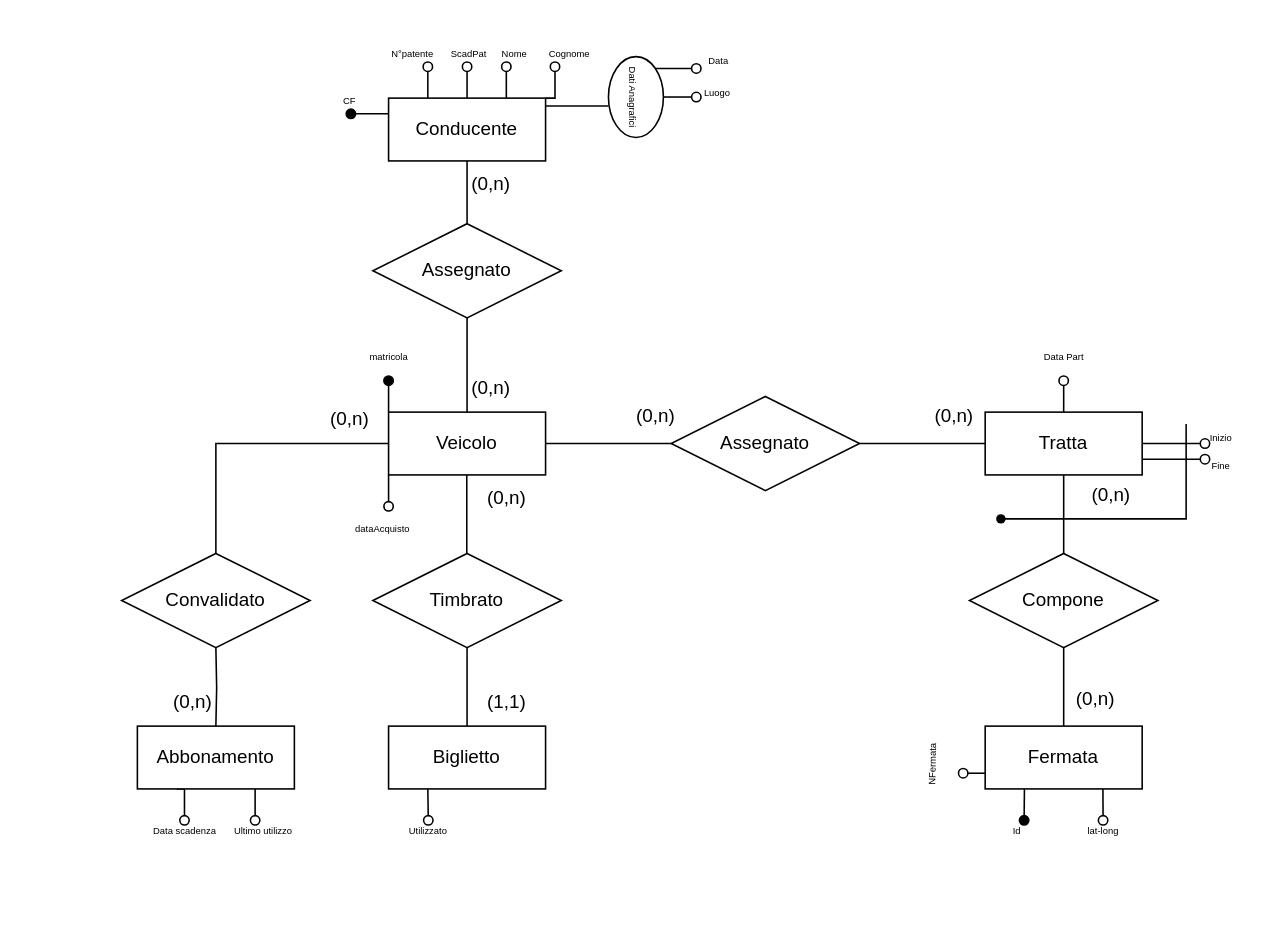
Above: ProgettoVeicoli.drawio in yazoo93/ProgettoBD (draw.io), before the change. Source tidied: cells renumbered, new cells numbered last; positions are measured from the earlier drawing's top-left corner, leaving out a move shared by most shapes. Both pictures are drawn from the tidied source at 157%, with x=0, y=0 at pixel (121, 27).
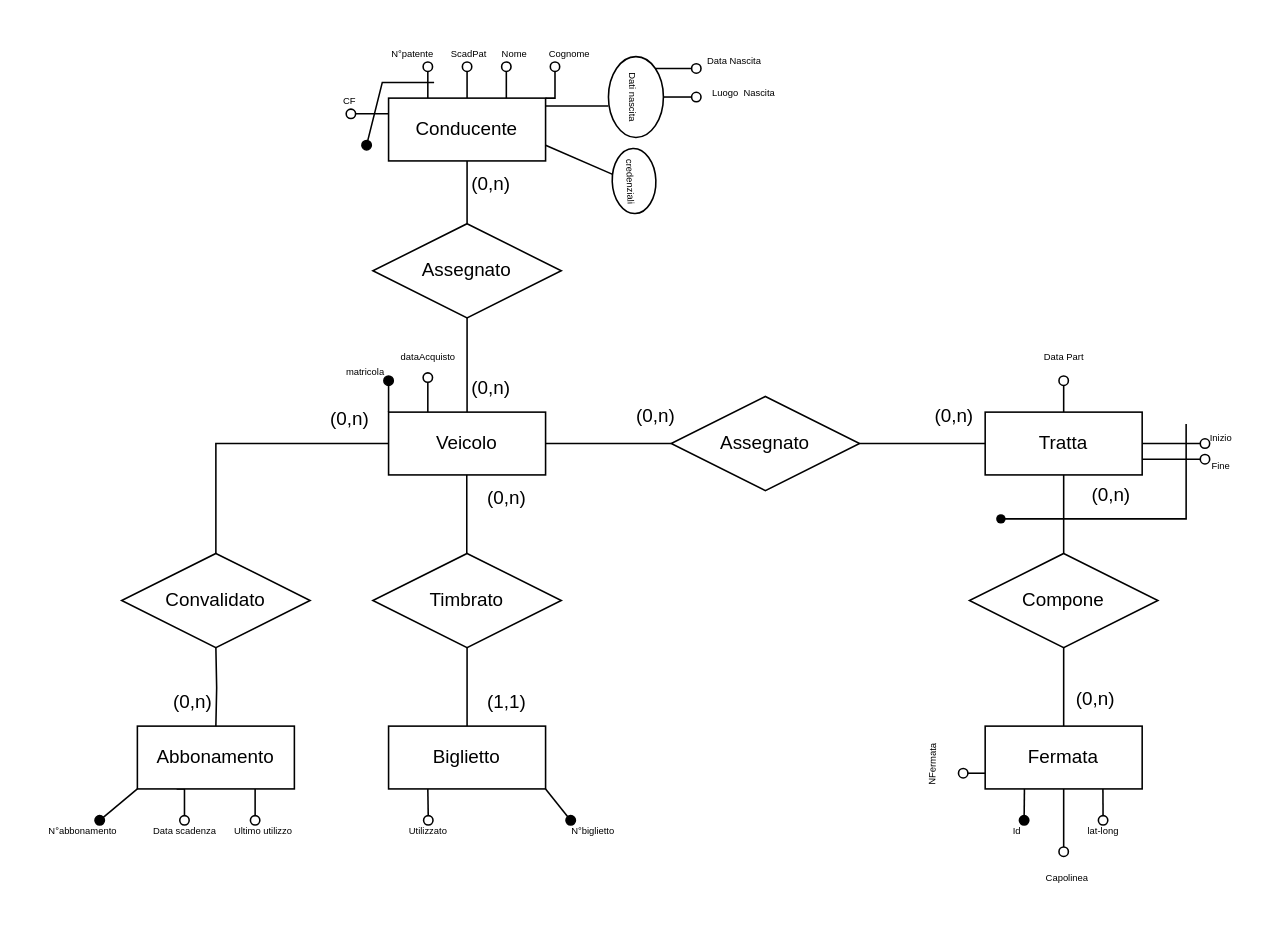
After the change.

The change refers to these unchanged cells:
```xml
<mxCell id="7" value="Veicolo" style="whiteSpace=wrap;html=1;align=center;" parent="1" vertex="1">
  <mxGeometry x="170" y="245" width="100" height="40" as="geometry" />
</mxCell>
<mxCell id="16" value="Abbonamento" style="whiteSpace=wrap;html=1;align=center;" parent="1" vertex="1">
  <mxGeometry x="10" y="445" width="100" height="40" as="geometry" />
</mxCell>
<mxCell id="21" value="Biglietto" style="whiteSpace=wrap;html=1;align=center;" parent="1" vertex="1">
  <mxGeometry x="170" y="445" width="100" height="40" as="geometry" />
</mxCell>
<mxCell id="26" value="Conducente" style="whiteSpace=wrap;html=1;align=center;" parent="1" vertex="1">
  <mxGeometry x="170" y="45" width="100" height="40" as="geometry" />
</mxCell>
<mxCell id="35" value="Fermata" style="whiteSpace=wrap;html=1;align=center;" parent="1" vertex="1">
  <mxGeometry x="550" y="445" width="100" height="40" as="geometry" />
</mxCell>
```

Diff of the diagram source:
```diff
@@
-    <mxCell id="6" style="edgeStyle=orthogonalEdgeStyle;rounded=0;jettySize=auto;html=1;exitX=0;exitY=1;exitDx=0;exitDy=0;endArrow=oval;endFill=0;" parent="1" edge="1" source="7">
-      <mxGeometry relative="1" as="geometry">
-        <mxPoint x="170" y="305" as="targetPoint" />
-      </mxGeometry>
-    </mxCell>
+    <mxCell id="73" style="edgeStyle=none;rounded=0;jettySize=auto;html=1;exitX=0.25;exitY=0;exitDx=0;exitDy=0;endArrow=oval;endFill=0;" parent="1" edge="1" source="7" target="60">
+      <mxGeometry relative="1" as="geometry" />
+    </mxCell>
@@
+    <mxCell id="74" style="edgeStyle=none;rounded=0;jettySize=auto;html=1;exitX=0;exitY=1;exitDx=0;exitDy=0;endArrow=oval;endFill=1;" parent="1" edge="1" source="16">
+      <mxGeometry relative="1" as="geometry">
+        <mxPoint x="-14" y="505" as="targetPoint" />
+      </mxGeometry>
+    </mxCell>
@@
+    <mxCell id="75" style="edgeStyle=none;rounded=0;jettySize=auto;html=1;exitX=1;exitY=1;exitDx=0;exitDy=0;endArrow=oval;endFill=1;" parent="1" edge="1" source="21">
+      <mxGeometry relative="1" as="geometry">
+        <mxPoint x="286" y="505" as="targetPoint" />
+      </mxGeometry>
+    </mxCell>
@@
-    <mxCell id="22" style="edgeStyle=orthogonalEdgeStyle;rounded=0;jettySize=auto;html=1;exitX=0;exitY=0.25;exitDx=0;exitDy=0;endArrow=oval;endFill=1;" parent="1" edge="1" source="26">
+    <mxCell id="22" style="edgeStyle=orthogonalEdgeStyle;rounded=0;jettySize=auto;html=1;exitX=0;exitY=0.25;exitDx=0;exitDy=0;endArrow=oval;endFill=0;" parent="1" edge="1" source="26">
       <mxGeometry relative="1" as="geometry">
         <mxPoint x="146" y="54.9" as="targetPoint" />
       </mxGeometry>
     </mxCell>
@@
+    <mxCell id="76" style="edgeStyle=none;rounded=0;orthogonalLoop=1;jettySize=auto;html=1;endArrow=oval;endFill=1;" parent="1" edge="1">
+      <mxGeometry relative="1" as="geometry">
+        <mxPoint x="199" y="35" as="sourcePoint" />
+        <mxPoint x="156" y="75" as="targetPoint" />
+        <Array as="points">
+          <mxPoint x="166" y="35" />
+        </Array>
+      </mxGeometry>
+    </mxCell>
+    <mxCell id="77" style="edgeStyle=none;rounded=0;jettySize=auto;html=1;exitX=1;exitY=0.75;exitDx=0;exitDy=0;endArrow=none;endFill=0;" parent="1" edge="1" source="26">
+      <mxGeometry relative="1" as="geometry">
+        <mxPoint x="316" y="95" as="targetPoint" />
+      </mxGeometry>
+    </mxCell>
@@
+    <mxCell id="78" style="edgeStyle=orthogonalEdgeStyle;rounded=0;jettySize=auto;html=1;endArrow=oval;endFill=0;" parent="1" edge="1" source="35">
+      <mxGeometry relative="1" as="geometry">
+        <mxPoint x="600" y="525" as="targetPoint" />
+      </mxGeometry>
+    </mxCell>
@@
-    <mxCell id="51" value="&lt;font style=&quot;font-size: 6px;&quot;&gt;Dati Anagrafici&lt;/font&gt;" style="ellipse;whiteSpace=wrap;html=1;rotation=90;" parent="1" vertex="1">
+    <mxCell id="51" value="&lt;span style=&quot;font-size: 6px;&quot;&gt;Dati nascita&lt;/span&gt;" style="ellipse;whiteSpace=wrap;html=1;rotation=90;" parent="1" vertex="1">
       <mxGeometry x="301.8" y="26.8" width="51.5" height="35" as="geometry" />
     </mxCell>
@@
     <mxCell id="59" value="&lt;font style=&quot;font-size: 6px;&quot;&gt;matricola&lt;/font&gt;" style="text;html=1;align=center;verticalAlign=middle;strokeColor=none;fillColor=none;" parent="1" vertex="1">
-      <mxGeometry x="145" y="193" width="50" height="30" as="geometry" />
+      <mxGeometry x="130" y="203" width="50" height="30" as="geometry" />
     </mxCell>
-    <mxCell id="60" value="&lt;font style=&quot;font-size: 6px;&quot;&gt;dataAcquisto&lt;/font&gt;" style="text;html=1;align=center;verticalAlign=middle;points=[];strokeColor=none;fillColor=none;" parent="1" vertex="1">
-      <mxGeometry x="136" y="303" width="60" height="30" as="geometry" />
-    </mxCell>
@@
-    <mxCell id="69" value="&lt;font style=&quot;font-size: 6px;&quot;&gt;Luogo&amp;nbsp;&lt;/font&gt;" style="text;html=1;align=center;verticalAlign=middle;strokeColor=none;fillColor=none;" parent="1" vertex="1">
-      <mxGeometry x="360" y="25" width="40" height="30" as="geometry" />
+    <mxCell id="69" value="&lt;font style=&quot;font-size: 6px;&quot;&gt;Luogo&amp;nbsp; Nascita&lt;/font&gt;" style="text;html=1;align=center;verticalAlign=middle;strokeColor=none;fillColor=none;" parent="1" vertex="1">
+      <mxGeometry x="366" y="25" width="60" height="30" as="geometry" />
     </mxCell>
-    <mxCell id="70" value="&lt;font style=&quot;font-size: 6px;&quot;&gt;Data&lt;/font&gt;" style="text;html=1;align=center;verticalAlign=middle;strokeColor=none;fillColor=none;" parent="1" vertex="1">
-      <mxGeometry x="360" y="5" width="40" height="30" as="geometry" />
+    <mxCell id="70" value="&lt;font style=&quot;font-size: 6px;&quot;&gt;Data Nascita&lt;/font&gt;" style="text;html=1;align=center;verticalAlign=middle;strokeColor=none;fillColor=none;" parent="1" vertex="1">
+      <mxGeometry x="360" y="5" width="60" height="30" as="geometry" />
     </mxCell>
@@
+    <mxCell id="79" value="&lt;font style=&quot;font-size: 6px;&quot;&gt;Capolinea&lt;/font&gt;" style="text;html=1;align=center;verticalAlign=middle;strokeColor=none;fillColor=none;" parent="1" vertex="1">
+      <mxGeometry x="577" y="525" width="50" height="30" as="geometry" />
+    </mxCell>
+    <mxCell id="80" value="&lt;font style=&quot;font-size: 6px;&quot;&gt;N°abbonamento&lt;/font&gt;" style="text;html=1;align=center;verticalAlign=middle;strokeColor=none;fillColor=none;" parent="1" vertex="1">
+      <mxGeometry x="-60" y="495" width="70" height="30" as="geometry" />
+    </mxCell>
+    <mxCell id="81" value="&lt;font style=&quot;font-size: 6px;&quot;&gt;N°biglietto&lt;/font&gt;" style="text;html=1;align=center;verticalAlign=middle;strokeColor=none;fillColor=none;" parent="1" vertex="1">
+      <mxGeometry x="275" y="495" width="50" height="30" as="geometry" />
+    </mxCell>
+    <mxCell id="82" value="&lt;font style=&quot;font-size: 6px;&quot;&gt;credenziali&lt;/font&gt;" style="ellipse;whiteSpace=wrap;html=1;rotation=88;" parent="1" vertex="1">
+      <mxGeometry x="305.6" y="83.9" width="41.5" height="27.8" as="geometry" />
+    </mxCell>
+    <mxCell id="60" value="&lt;font style=&quot;font-size: 6px;&quot;&gt;dataAcquisto&lt;/font&gt;" style="text;html=1;align=center;verticalAlign=middle;points=[];strokeColor=none;fillColor=none;" parent="1" vertex="1">
+      <mxGeometry x="165" y="193" width="60" height="30" as="geometry" />
+    </mxCell>
```
